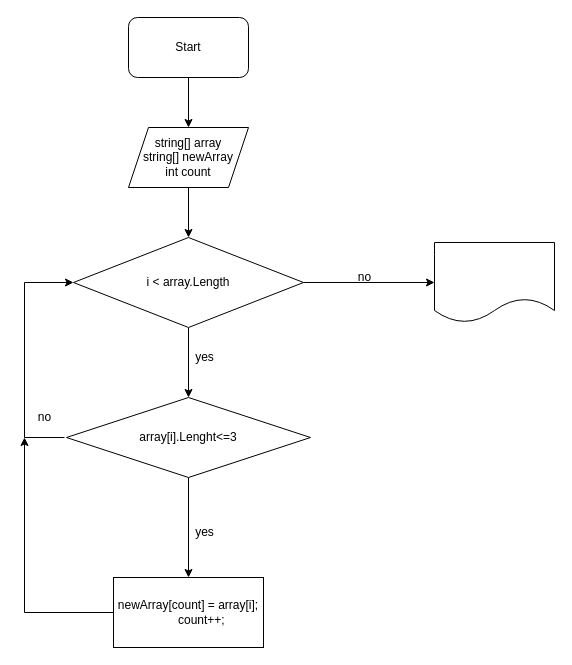
Before: alg.drawio in arturlitvin/specialization_test, a draw.io diagram. Source tidied: cells renumbered, new cells numbered last; positions are measured from the earlier drawing's top-left corner, leaving out a move shared by most shapes. Both pictures are drawn from the tidied source at 100%, with x=0, y=0 at pixel (24, 17).
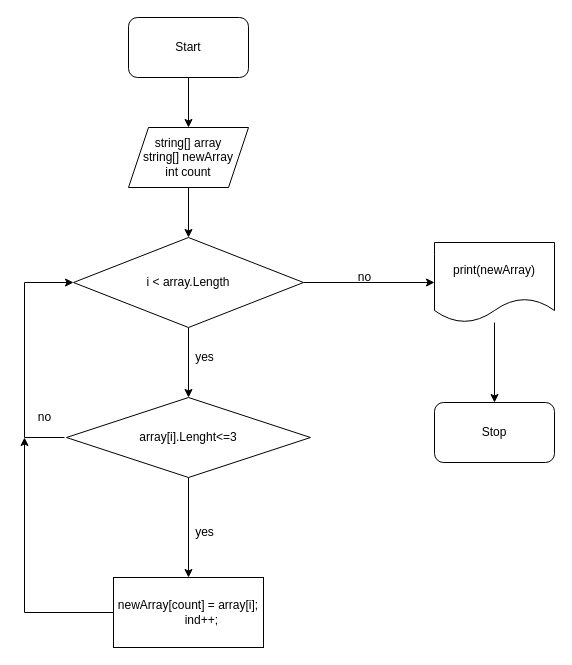
Above is the later version.

Change to the diagram source:
```diff
@@
+    <mxCell id="19" style="edgeStyle=orthogonalEdgeStyle;rounded=0;jettySize=auto;html=1;" parent="1" edge="1" source="11" target="20">
+      <mxGeometry relative="1" as="geometry" />
+    </mxCell>
-    <mxCell id="11" style="shape=document;whiteSpace=wrap;html=1;boundedLbl=1;" parent="1" vertex="1">
+    <mxCell id="11" value="print(newArray)" style="shape=document;whiteSpace=wrap;html=1;boundedLbl=1;" parent="1" vertex="1">
       <mxGeometry x="410" y="225" width="120" height="80" as="geometry" />
     </mxCell>
-    <mxCell id="12" value="&lt;div&gt;newArray[count] = array[i];&lt;/div&gt;&lt;div&gt;&amp;nbsp; &amp;nbsp; &amp;nbsp; &amp;nbsp; count++;&lt;/div&gt;" style="whiteSpace=wrap;html=1;" parent="1" vertex="1">
+    <mxCell id="12" value="&lt;div&gt;newArray[count] = array[i];&lt;/div&gt;&lt;div&gt;&amp;nbsp; &amp;nbsp; &amp;nbsp; &amp;nbsp; ind++;&lt;/div&gt;" style="whiteSpace=wrap;html=1;" parent="1" vertex="1">
       <mxGeometry x="89" y="560" width="150" height="70" as="geometry" />
     </mxCell>
@@
+    <mxCell id="20" value="Stop" style="rounded=1;whiteSpace=wrap;html=1;" parent="1" vertex="1">
+      <mxGeometry x="410" y="385" width="120" height="60" as="geometry" />
+    </mxCell>
```
